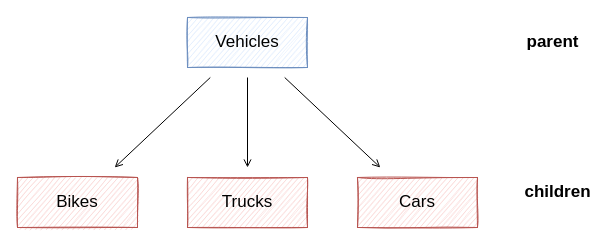
This is page "vehicles" (1 of 3) of postgresql/inherits.drawio from dovics/draw.io, a draw.io file, before an edit. Source tidied: cells renumbered, new cells numbered last; positions are measured from the earlier drawing's top-left corner, leaving out a move shared by most shapes. Both pictures are drawn from the tidied source at 100%, with x=0, y=0 at pixel (17, 17).
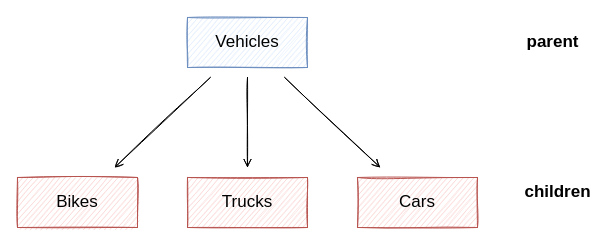
The same page after the edit.

What changed in the source:
```diff
@@
 <mxGraphModel>
   <root>
     <mxCell id="0" />
     <mxCell id="1" parent="0" />
-    <mxCell id="2" style="edgeStyle=none;rounded=0;jettySize=auto;html=1;fontSize=17;endArrow=open;endFill=0;targetPerimeterSpacing=10;sourcePerimeterSpacing=10;" parent="1" edge="1" source="5" target="7">
+    <mxCell id="2" style="edgeStyle=none;rounded=0;jettySize=auto;html=1;fontSize=17;endArrow=open;endFill=0;targetPerimeterSpacing=10;sourcePerimeterSpacing=10;sketch=1;" parent="1" edge="1" source="5" target="7">
       <mxGeometry relative="1" as="geometry" />
     </mxCell>
-    <mxCell id="3" style="edgeStyle=none;rounded=0;jettySize=auto;html=1;fontSize=17;endArrow=open;endFill=0;targetPerimeterSpacing=10;sourcePerimeterSpacing=10;" parent="1" edge="1" source="5" target="6">
+    <mxCell id="3" style="edgeStyle=none;rounded=0;jettySize=auto;html=1;fontSize=17;endArrow=open;endFill=0;targetPerimeterSpacing=10;sourcePerimeterSpacing=10;sketch=1;" parent="1" edge="1" source="5" target="6">
       <mxGeometry relative="1" as="geometry" />
     </mxCell>
-    <mxCell id="4" style="edgeStyle=none;rounded=0;jettySize=auto;html=1;fontSize=17;endArrow=open;endFill=0;targetPerimeterSpacing=10;sourcePerimeterSpacing=10;" parent="1" edge="1" source="5" target="8">
+    <mxCell id="4" style="edgeStyle=none;rounded=0;jettySize=auto;html=1;fontSize=17;endArrow=open;endFill=0;targetPerimeterSpacing=10;sourcePerimeterSpacing=10;sketch=1;" parent="1" edge="1" source="5" target="8">
       <mxGeometry relative="1" as="geometry" />
     </mxCell>
     <mxCell id="5" value="Vehicles" style="rounded=0;whiteSpace=wrap;html=1;sketch=1;fontSize=17;fillColor=#dae8fc;strokeColor=#6c8ebf;" parent="1" vertex="1">
       <mxGeometry x="170" width="120" height="50" as="geometry" />
     </mxCell>
     <mxCell id="6" value="Cars" style="rounded=0;whiteSpace=wrap;html=1;sketch=1;fontSize=17;fillColor=#f8cecc;strokeColor=#b85450;" parent="1" vertex="1">
       <mxGeometry x="340" y="160" width="120" height="50" as="geometry" />
     </mxCell>
     <mxCell id="7" value="Bikes" style="rounded=0;whiteSpace=wrap;html=1;sketch=1;fontSize=17;fillColor=#f8cecc;strokeColor=#b85450;" parent="1" vertex="1">
       <mxGeometry y="160" width="120" height="50" as="geometry" />
     </mxCell>
     <mxCell id="8" value="Trucks" style="rounded=0;whiteSpace=wrap;html=1;sketch=1;fontSize=17;fillColor=#f8cecc;strokeColor=#b85450;" parent="1" vertex="1">
       <mxGeometry x="170" y="160" width="120" height="50" as="geometry" />
     </mxCell>
     <mxCell id="9" value="parent" style="text;html=1;align=center;verticalAlign=middle;strokeColor=none;fontSize=17;fontStyle=1;" parent="1" vertex="1">
       <mxGeometry x="500" y="10" width="70" height="30" as="geometry" />
     </mxCell>
     <mxCell id="10" value="children" style="text;html=1;align=center;verticalAlign=middle;strokeColor=none;fontSize=17;fontStyle=1;" parent="1" vertex="1">
       <mxGeometry x="500" y="160" width="80" height="30" as="geometry" />
     </mxCell>
   </root>
 </mxGraphModel>
```
